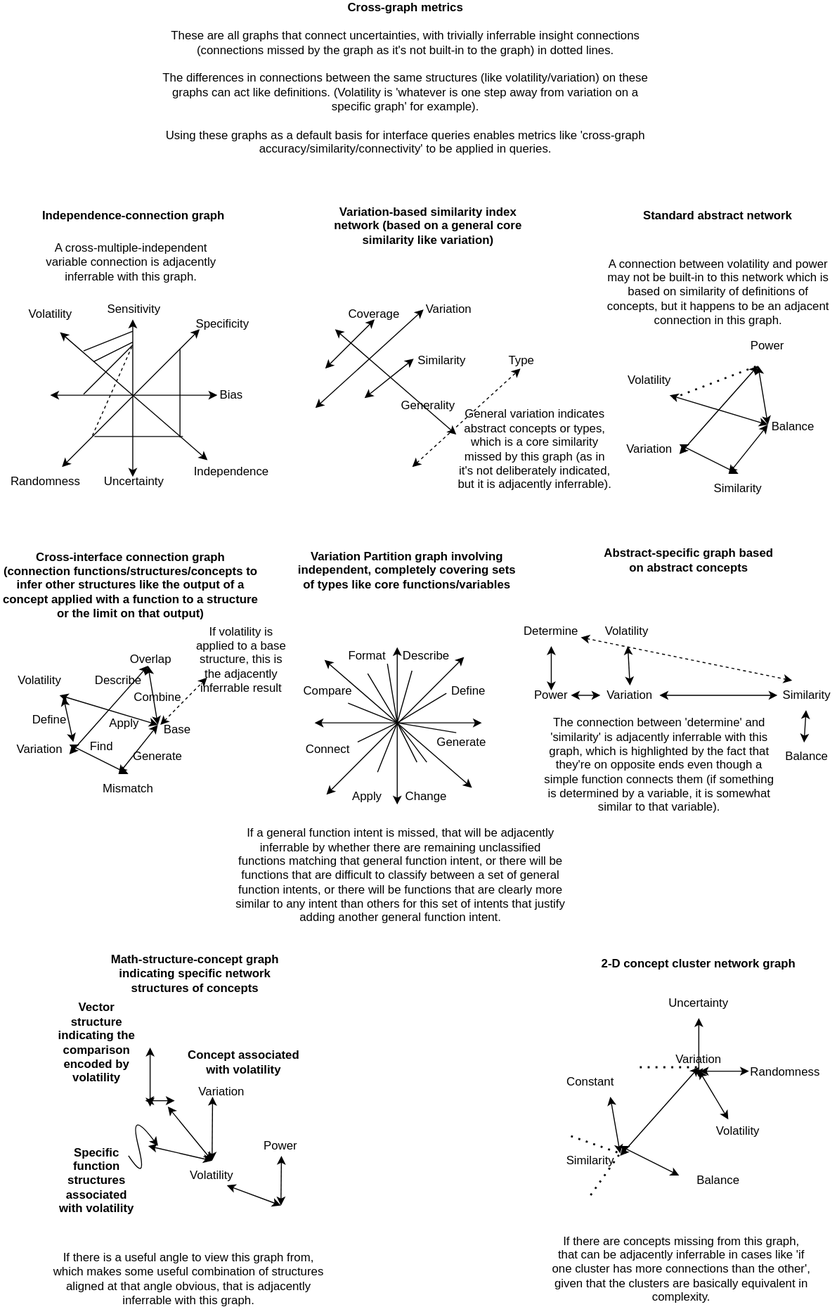
Above: docs/objects/cross_graph_metrics.drawio.svg in outdreamer/build-a-cure (draw.io), before the change. Source tidied: cells renumbered, new cells last; positions are measured from the earlier drawing's top-left corner, leaving out a move shared by most shapes.
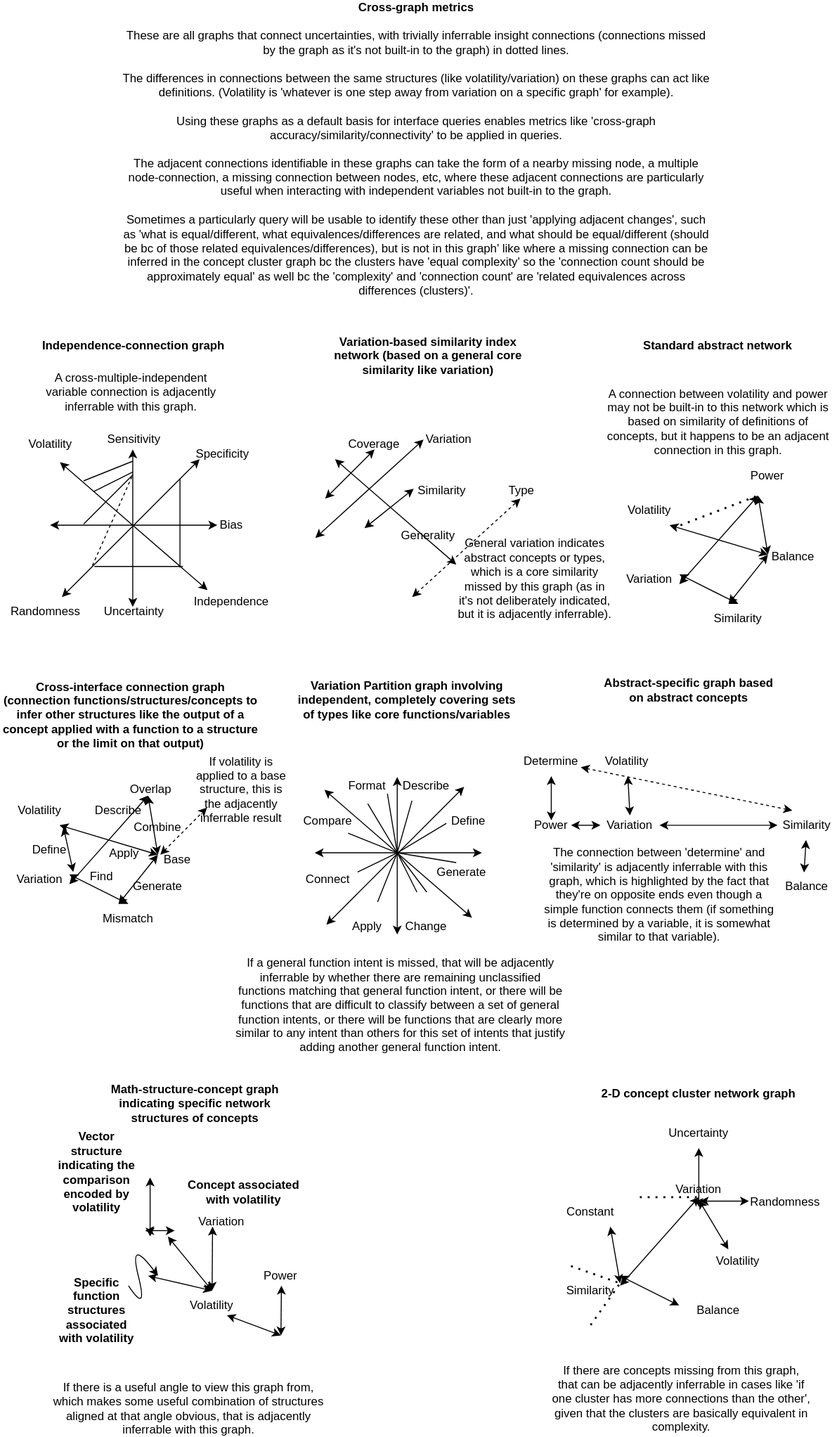
Later version of the same file.

What changed in the source:
```diff
@@ -458,8 +458,8 @@
     <mxCell id="100" style="endArrow=classic;startArrow=classic;html=1;rounded=0;entryX=0.25;entryY=0;entryDx=0;entryDy=0;dashed=1;" parent="1" edge="1" source="68" target="69">
       <mxGeometry relative="1" as="geometry" />
     </mxCell>
-    <mxCell id="101" value="&lt;b&gt;Cross-graph metrics&lt;br&gt;&lt;/b&gt;&lt;br&gt;These are all graphs that connect uncertainties, with trivially inferrable insight connections (connections missed by the graph as it's not built-in to the graph) in dotted lines.&lt;br&gt;&lt;br&gt;The differences in connections between the same structures (like volatility/variation) on these graphs can act like definitions. (Volatility is 'whatever is one step away from variation on a specific graph' for example).&lt;br&gt;&lt;br&gt;Using these graphs as a default basis for interface queries enables metrics like 'cross-graph accuracy/similarity/connectivity' to be applied in queries." style="text;html=1;strokeColor=none;fillColor=none;align=center;verticalAlign=middle;whiteSpace=wrap;rounded=0;" parent="1" vertex="1">
-      <mxGeometry x="162.5" width="497.5" height="30" as="geometry" />
+    <mxCell id="101" value="&lt;b&gt;Cross-graph metrics&lt;br&gt;&lt;/b&gt;&lt;br&gt;These are all graphs that connect uncertainties, with trivially inferrable insight connections (connections missed by the graph as it's not built-in to the graph) in dotted lines.&lt;br&gt;&lt;br&gt;The differences in connections between the same structures (like volatility/variation) on these graphs can act like definitions. (Volatility is 'whatever is one step away from variation on a specific graph' for example).&lt;br&gt;&lt;br&gt;Using these graphs as a default basis for interface queries enables metrics like 'cross-graph accuracy/similarity/connectivity' to be applied in queries.&lt;br&gt;&lt;br&gt;The adjacent connections identifiable in these graphs can take the form of a nearby missing node, a multiple node-connection, a missing connection between nodes, etc, where these adjacent connections are particularly useful when interacting with independent variables not built-in to the graph. &lt;br&gt;&lt;br&gt;Sometimes a particularly query will be usable to identify these other than just 'applying adjacent changes', such as 'what is equal/different, what equivalences/differences are related, and what should be equal/different (should be bc of those related equivalences/differences), but is not in this graph' like where a missing connection can be inferred in the concept cluster graph bc the clusters have 'equal complexity' so the 'connection count should be approximately equal' as well bc the 'complexity' and 'connection count' are 'related equivalences across differences (clusters)'." style="text;html=1;strokeColor=none;fillColor=none;align=center;verticalAlign=middle;whiteSpace=wrap;rounded=0;" parent="1" vertex="1">
+      <mxGeometry x="122.5" y="-60" width="600" height="30" as="geometry" />
     </mxCell>
     <mxCell id="102" value="Generality" style="text;html=1;strokeColor=none;fillColor=none;align=center;verticalAlign=middle;whiteSpace=wrap;rounded=0;" parent="1" vertex="1">
       <mxGeometry x="405.1" y="333" width="60" height="30" as="geometry" />
```
